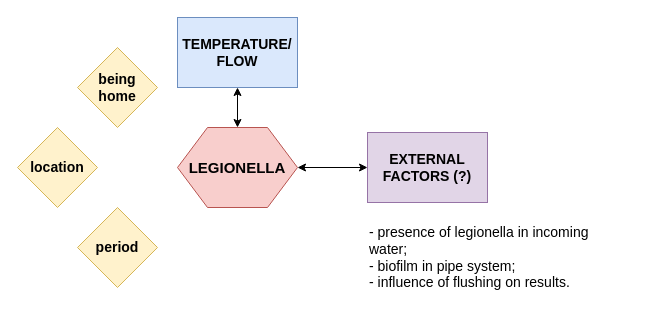
Earlier version of the draw.io diagram legionella.drawio (esquire900/team-water). Source tidied: cells renumbered, new cells numbered last; positions are measured from the earlier drawing's top-left corner, leaving out a move shared by most shapes. Both pictures are drawn from the tidied source at 100%, with x=0, y=0 at pixel (17, 17).
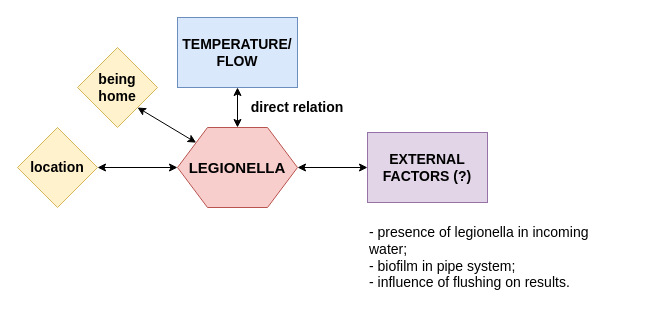
The same diagram, later.

Change to the diagram source:
```diff
@@
 <mxGraphModel>
   <root>
     <mxCell id="0" />
     <mxCell id="1" parent="0" />
     <mxCell id="2" value="&lt;font size=&quot;1&quot;&gt;&lt;b style=&quot;font-size: 15px&quot;&gt;LEGIONELLA&lt;/b&gt;&lt;/font&gt;" style="shape=hexagon;perimeter=hexagonPerimeter2;whiteSpace=wrap;html=1;fillColor=#f8cecc;strokeColor=#b85450;" parent="1" vertex="1">
       <mxGeometry x="160" y="110" width="120" height="80" as="geometry" />
     </mxCell>
     <mxCell id="3" value="&lt;div style=&quot;font-size: 14px&quot;&gt;TEMPERATURE/&lt;/div&gt;&lt;div style=&quot;font-size: 14px&quot;&gt;FLOW&lt;br style=&quot;font-size: 14px&quot;&gt;&lt;/div&gt;" style="rounded=0;whiteSpace=wrap;html=1;fontStyle=1;fontSize=14;fillColor=#dae8fc;strokeColor=#6c8ebf;" parent="1" vertex="1">
       <mxGeometry x="160" width="120" height="70" as="geometry" />
     </mxCell>
     <mxCell id="4" value="EXTERNAL FACTORS (?)" style="rounded=0;whiteSpace=wrap;html=1;fontStyle=1;fontSize=14;fillColor=#e1d5e7;strokeColor=#9673a6;" parent="1" vertex="1">
       <mxGeometry x="350" y="115" width="120" height="70" as="geometry" />
     </mxCell>
     <mxCell id="5" value="&lt;p style=&quot;line-height: 40%&quot;&gt;&lt;/p&gt;&lt;div&gt;- presence of legionella in incoming water;&lt;/div&gt;&lt;div&gt;- biofilm in pipe system;&lt;/div&gt;&lt;div&gt;- influence of flushing on results.&lt;br&gt;&lt;/div&gt;&lt;p&gt;&lt;/p&gt;" style="text;html=1;strokeColor=none;fillColor=none;align=left;verticalAlign=middle;whiteSpace=wrap;rounded=0;fontSize=14;" parent="1" vertex="1">
       <mxGeometry x="350" y="200" width="260" height="80" as="geometry" />
     </mxCell>
     <mxCell id="6" style="endArrow=classic;startArrow=classic;html=1;fontSize=14;entryX=0.5;entryY=1;entryDx=0;entryDy=0;exitX=0.5;exitY=0;exitDx=0;exitDy=0;" parent="1" edge="1" source="2" target="3">
       <mxGeometry relative="1" as="geometry" />
     </mxCell>
     <mxCell id="7" style="endArrow=classic;startArrow=classic;html=1;fontSize=14;entryX=0;entryY=0.5;entryDx=0;entryDy=0;exitX=1;exitY=0.5;exitDx=0;exitDy=0;" parent="1" edge="1" source="2" target="4">
       <mxGeometry relative="1" as="geometry" />
     </mxCell>
     <mxCell id="8" value="being home" style="rhombus;whiteSpace=wrap;html=1;fillColor=#fff2cc;strokeColor=#d6b656;fontStyle=1;fontSize=14;" parent="1" vertex="1">
       <mxGeometry x="60" y="30" width="80" height="80" as="geometry" />
     </mxCell>
     <mxCell id="9" value="location" style="rhombus;whiteSpace=wrap;html=1;fontSize=14;fontStyle=1;fillColor=#fff2cc;strokeColor=#d6b656;" parent="1" vertex="1">
       <mxGeometry y="110" width="80" height="80" as="geometry" />
     </mxCell>
-    <mxCell id="10" value="period" style="rhombus;whiteSpace=wrap;html=1;fillColor=#fff2cc;strokeColor=#d6b656;fontStyle=1;fontSize=14;" parent="1" vertex="1">
-      <mxGeometry x="60" y="190" width="80" height="80" as="geometry" />
-    </mxCell>
+    <mxCell id="11" style="endArrow=classic;startArrow=classic;html=1;fontSize=14;entryX=1;entryY=1;entryDx=0;entryDy=0;" parent="1" edge="1" source="2" target="8">
+      <mxGeometry relative="1" as="geometry" />
+    </mxCell>
+    <mxCell id="12" style="endArrow=classic;startArrow=classic;html=1;fontSize=14;entryX=1;entryY=0.5;entryDx=0;entryDy=0;exitX=0;exitY=0.5;exitDx=0;exitDy=0;" parent="1" edge="1" source="2" target="9">
+      <mxGeometry relative="1" as="geometry" />
+    </mxCell>
+    <mxCell id="13" value="direct relation" style="text;html=1;strokeColor=none;fillColor=none;align=center;verticalAlign=middle;whiteSpace=wrap;rounded=0;fontSize=14;fontStyle=1;" parent="1" vertex="1">
+      <mxGeometry x="220" y="80" width="120" height="20" as="geometry" />
+    </mxCell>
   </root>
 </mxGraphModel>
```
